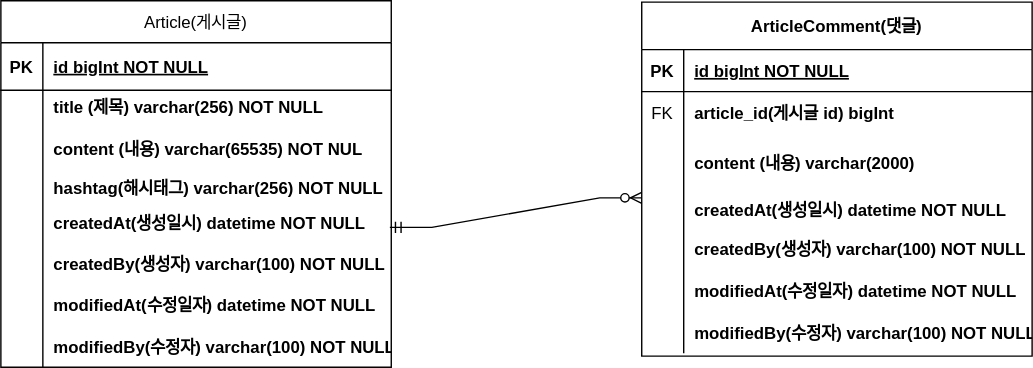
This is document/project-board-erd.svg from Hoogokok/fm-project-board, a draw.io export, as it was before one commit. Source tidied: cells renumbered, new cells last; positions are measured from the earlier drawing's top-left corner, leaving out a move shared by most shapes.
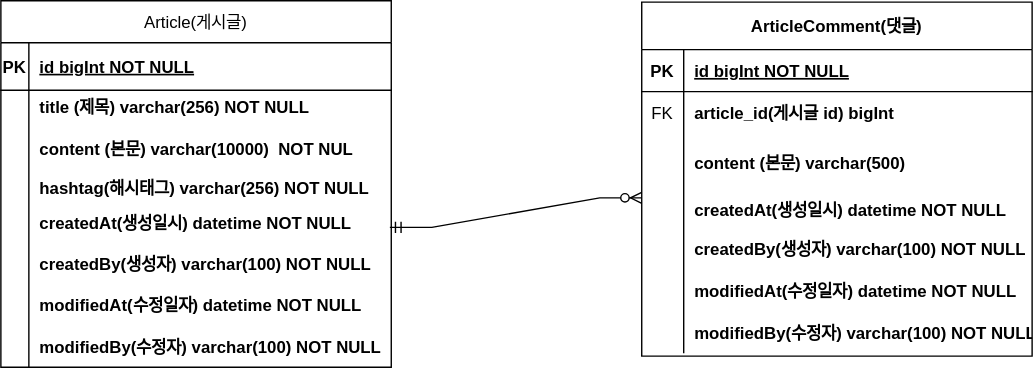
Above is the later version.

Commit message:
#31 erd 업데이트: content 사이즈 수정

The edit, as a diff of the source:
```diff
@@ -9,73 +9,73 @@
       <mxGeometry y="30" width="279" height="34" as="geometry" />
     </mxCell>
     <mxCell id="4" value="PK" style="shape=partialRectangle;overflow=hidden;fillColor=none;top=0;left=0;bottom=0;right=0;fontStyle=1;" parent="3" vertex="1">
-      <mxGeometry width="30" height="34" as="geometry" />
+      <mxGeometry width="20" height="34" as="geometry" />
     </mxCell>
     <mxCell id="5" value="id bigInt NOT NULL " style="shape=partialRectangle;overflow=hidden;fillColor=none;top=0;left=0;bottom=0;right=0;align=left;spacingLeft=6;fontStyle=5;" parent="3" vertex="1">
-      <mxGeometry x="30" width="249" height="34" as="geometry" />
+      <mxGeometry x="20" width="259" height="34" as="geometry" />
     </mxCell>
     <mxCell id="6" style="shape=partialRectangle;fillColor=none;top=0;left=0;right=0;bottom=0;" parent="2" vertex="1">
       <mxGeometry y="64" width="279" height="24" as="geometry" />
     </mxCell>
     <mxCell id="7" style="shape=partialRectangle;overflow=hidden;fillColor=none;top=0;left=0;bottom=0;right=0;" parent="6" vertex="1">
-      <mxGeometry width="30" height="24" as="geometry" />
+      <mxGeometry width="20" height="24" as="geometry" />
     </mxCell>
     <mxCell id="8" value="title (제목) varchar(256) NOT NULL" style="shape=partialRectangle;overflow=hidden;fillColor=none;top=0;left=0;bottom=0;right=0;align=left;spacingLeft=6;fontStyle=1;" parent="6" vertex="1">
-      <mxGeometry x="30" width="249" height="24" as="geometry" />
+      <mxGeometry x="20" width="259" height="24" as="geometry" />
     </mxCell>
     <mxCell id="9" style="shape=partialRectangle;fillColor=none;top=0;left=0;right=0;bottom=0;" parent="2" vertex="1">
       <mxGeometry y="88" width="279" height="36" as="geometry" />
     </mxCell>
     <mxCell id="10" style="shape=partialRectangle;overflow=hidden;fillColor=none;top=0;left=0;bottom=0;right=0;" parent="9" vertex="1">
-      <mxGeometry width="30" height="36" as="geometry" />
+      <mxGeometry width="20" height="36" as="geometry" />
     </mxCell>
-    <mxCell id="11" value="content (내용) varchar(65535)  NOT NUL" style="shape=partialRectangle;overflow=hidden;fillColor=none;top=0;left=0;bottom=0;right=0;align=left;spacingLeft=6;fontStyle=1;" parent="9" vertex="1">
-      <mxGeometry x="30" width="249" height="36" as="geometry" />
+    <mxCell id="11" value="content (본문) varchar(10000)  NOT NUL" style="shape=partialRectangle;overflow=hidden;fillColor=none;top=0;left=0;bottom=0;right=0;align=left;spacingLeft=6;fontStyle=1;" parent="9" vertex="1">
+      <mxGeometry x="20" width="259" height="36" as="geometry" />
     </mxCell>
     <mxCell id="12" style="shape=partialRectangle;fillColor=none;top=0;left=0;right=0;bottom=0;" parent="2" vertex="1">
       <mxGeometry y="124" width="279" height="20" as="geometry" />
     </mxCell>
     <mxCell id="13" style="shape=partialRectangle;overflow=hidden;fillColor=none;top=0;left=0;bottom=0;right=0;" parent="12" vertex="1">
-      <mxGeometry width="30" height="20" as="geometry" />
+      <mxGeometry width="20" height="20" as="geometry" />
     </mxCell>
     <mxCell id="14" value="hashtag(해시태그) varchar(256) NOT NULL" style="shape=partialRectangle;overflow=hidden;fillColor=none;top=0;left=0;bottom=0;right=0;align=left;spacingLeft=6;fontStyle=1;" parent="12" vertex="1">
-      <mxGeometry x="30" width="249" height="20" as="geometry" />
+      <mxGeometry x="20" width="259" height="20" as="geometry" />
     </mxCell>
     <mxCell id="15" style="shape=partialRectangle;fillColor=none;top=0;left=0;right=0;bottom=0;" parent="2" vertex="1">
       <mxGeometry y="144" width="279" height="30" as="geometry" />
     </mxCell>
     <mxCell id="16" style="shape=partialRectangle;overflow=hidden;fillColor=none;top=0;left=0;bottom=0;right=0;" parent="15" vertex="1">
-      <mxGeometry width="30" height="30" as="geometry" />
+      <mxGeometry width="20" height="30" as="geometry" />
     </mxCell>
     <mxCell id="17" value="createdAt(생성일시) datetime NOT NULL" style="shape=partialRectangle;overflow=hidden;fillColor=none;top=0;left=0;bottom=0;right=0;align=left;spacingLeft=6;fontStyle=1;" parent="15" vertex="1">
-      <mxGeometry x="30" width="249" height="30" as="geometry" />
+      <mxGeometry x="20" width="259" height="30" as="geometry" />
     </mxCell>
     <mxCell id="18" style="shape=partialRectangle;fillColor=none;top=0;left=0;right=0;bottom=0;" parent="2" vertex="1">
       <mxGeometry y="174" width="279" height="28" as="geometry" />
     </mxCell>
     <mxCell id="19" style="shape=partialRectangle;overflow=hidden;fillColor=none;top=0;left=0;bottom=0;right=0;" parent="18" vertex="1">
-      <mxGeometry width="30" height="28" as="geometry" />
+      <mxGeometry width="20" height="28" as="geometry" />
     </mxCell>
     <mxCell id="20" value="createdBy(생성자) varchar(100) NOT NULL" style="shape=partialRectangle;overflow=hidden;fillColor=none;top=0;left=0;bottom=0;right=0;align=left;spacingLeft=6;fontStyle=1;" parent="18" vertex="1">
-      <mxGeometry x="30" width="249" height="28" as="geometry" />
+      <mxGeometry x="20" width="259" height="28" as="geometry" />
     </mxCell>
     <mxCell id="21" style="shape=partialRectangle;fillColor=none;top=0;left=0;right=0;bottom=0;" parent="2" vertex="1">
       <mxGeometry y="202" width="279" height="30" as="geometry" />
     </mxCell>
     <mxCell id="22" style="shape=partialRectangle;overflow=hidden;fillColor=none;top=0;left=0;bottom=0;right=0;" parent="21" vertex="1">
-      <mxGeometry width="30" height="30" as="geometry" />
+      <mxGeometry width="20" height="30" as="geometry" />
     </mxCell>
     <mxCell id="23" value="modifiedAt(수정일자) datetime NOT NULL" style="shape=partialRectangle;overflow=hidden;fillColor=none;top=0;left=0;bottom=0;right=0;align=left;spacingLeft=6;fontStyle=1;" parent="21" vertex="1">
-      <mxGeometry x="30" width="249" height="30" as="geometry" />
+      <mxGeometry x="20" width="259" height="30" as="geometry" />
     </mxCell>
     <mxCell id="24" style="shape=partialRectangle;fillColor=none;top=0;left=0;right=0;bottom=0;" parent="2" vertex="1">
       <mxGeometry y="232" width="279" height="30" as="geometry" />
     </mxCell>
     <mxCell id="25" style="shape=partialRectangle;overflow=hidden;fillColor=none;top=0;left=0;bottom=0;right=0;" parent="24" vertex="1">
-      <mxGeometry width="30" height="30" as="geometry" />
+      <mxGeometry width="20" height="30" as="geometry" />
     </mxCell>
     <mxCell id="26" value="modifiedBy(수정자) varchar(100) NOT NULL" style="shape=partialRectangle;overflow=hidden;fillColor=none;top=0;left=0;bottom=0;right=0;align=left;spacingLeft=6;fontStyle=1;" parent="24" vertex="1">
-      <mxGeometry x="30" width="249" height="30" as="geometry" />
+      <mxGeometry x="20" width="259" height="30" as="geometry" />
     </mxCell>
     <mxCell id="27" value="ArticleComment(댓글)" style="shape=table;startSize=34;rowLines=0;fontStyle=1;align=center;" parent="1" vertex="1">
       <mxGeometry x="458" y="1" width="279" height="253" as="geometry" />
@@ -104,7 +104,7 @@
     <mxCell id="35" style="shape=partialRectangle;overflow=hidden;fillColor=none;top=0;left=0;bottom=0;right=0;" parent="34" vertex="1">
       <mxGeometry width="30" height="42" as="geometry" />
     </mxCell>
-    <mxCell id="36" value="content (내용) varchar(2000) " style="shape=partialRectangle;overflow=hidden;fillColor=none;top=0;left=0;bottom=0;right=0;align=left;spacingLeft=6;fontStyle=1;" parent="34" vertex="1">
+    <mxCell id="36" value="content (본문) varchar(500) " style="shape=partialRectangle;overflow=hidden;fillColor=none;top=0;left=0;bottom=0;right=0;align=left;spacingLeft=6;fontStyle=1;" parent="34" vertex="1">
       <mxGeometry x="30" width="249" height="42" as="geometry" />
     </mxCell>
     <mxCell id="37" style="shape=partialRectangle;fillColor=none;points=[[0,0.5],[1,0.5]];portConstraint=eastwest;top=0;left=0;right=0;bottom=0;" parent="27" vertex="1">
```
